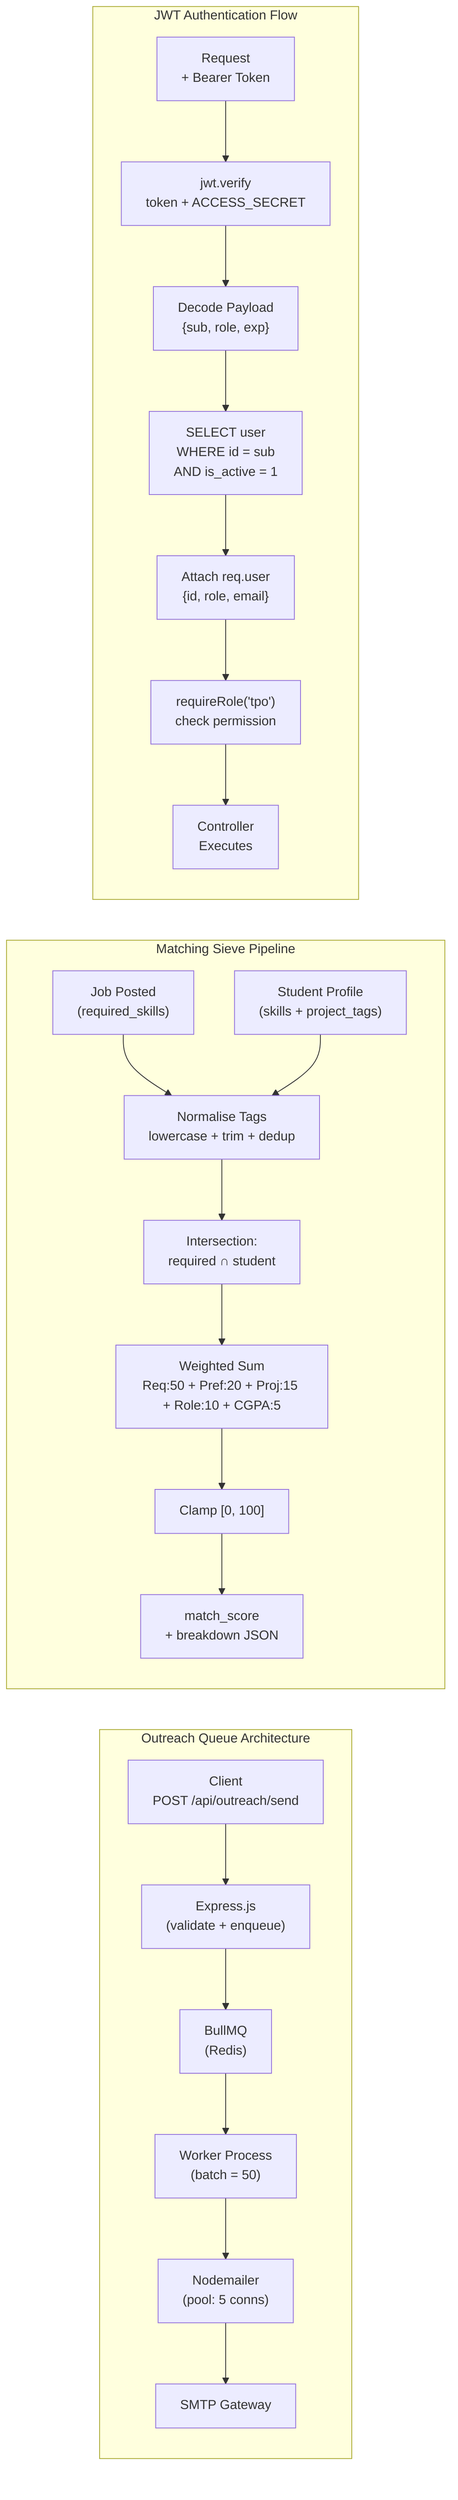
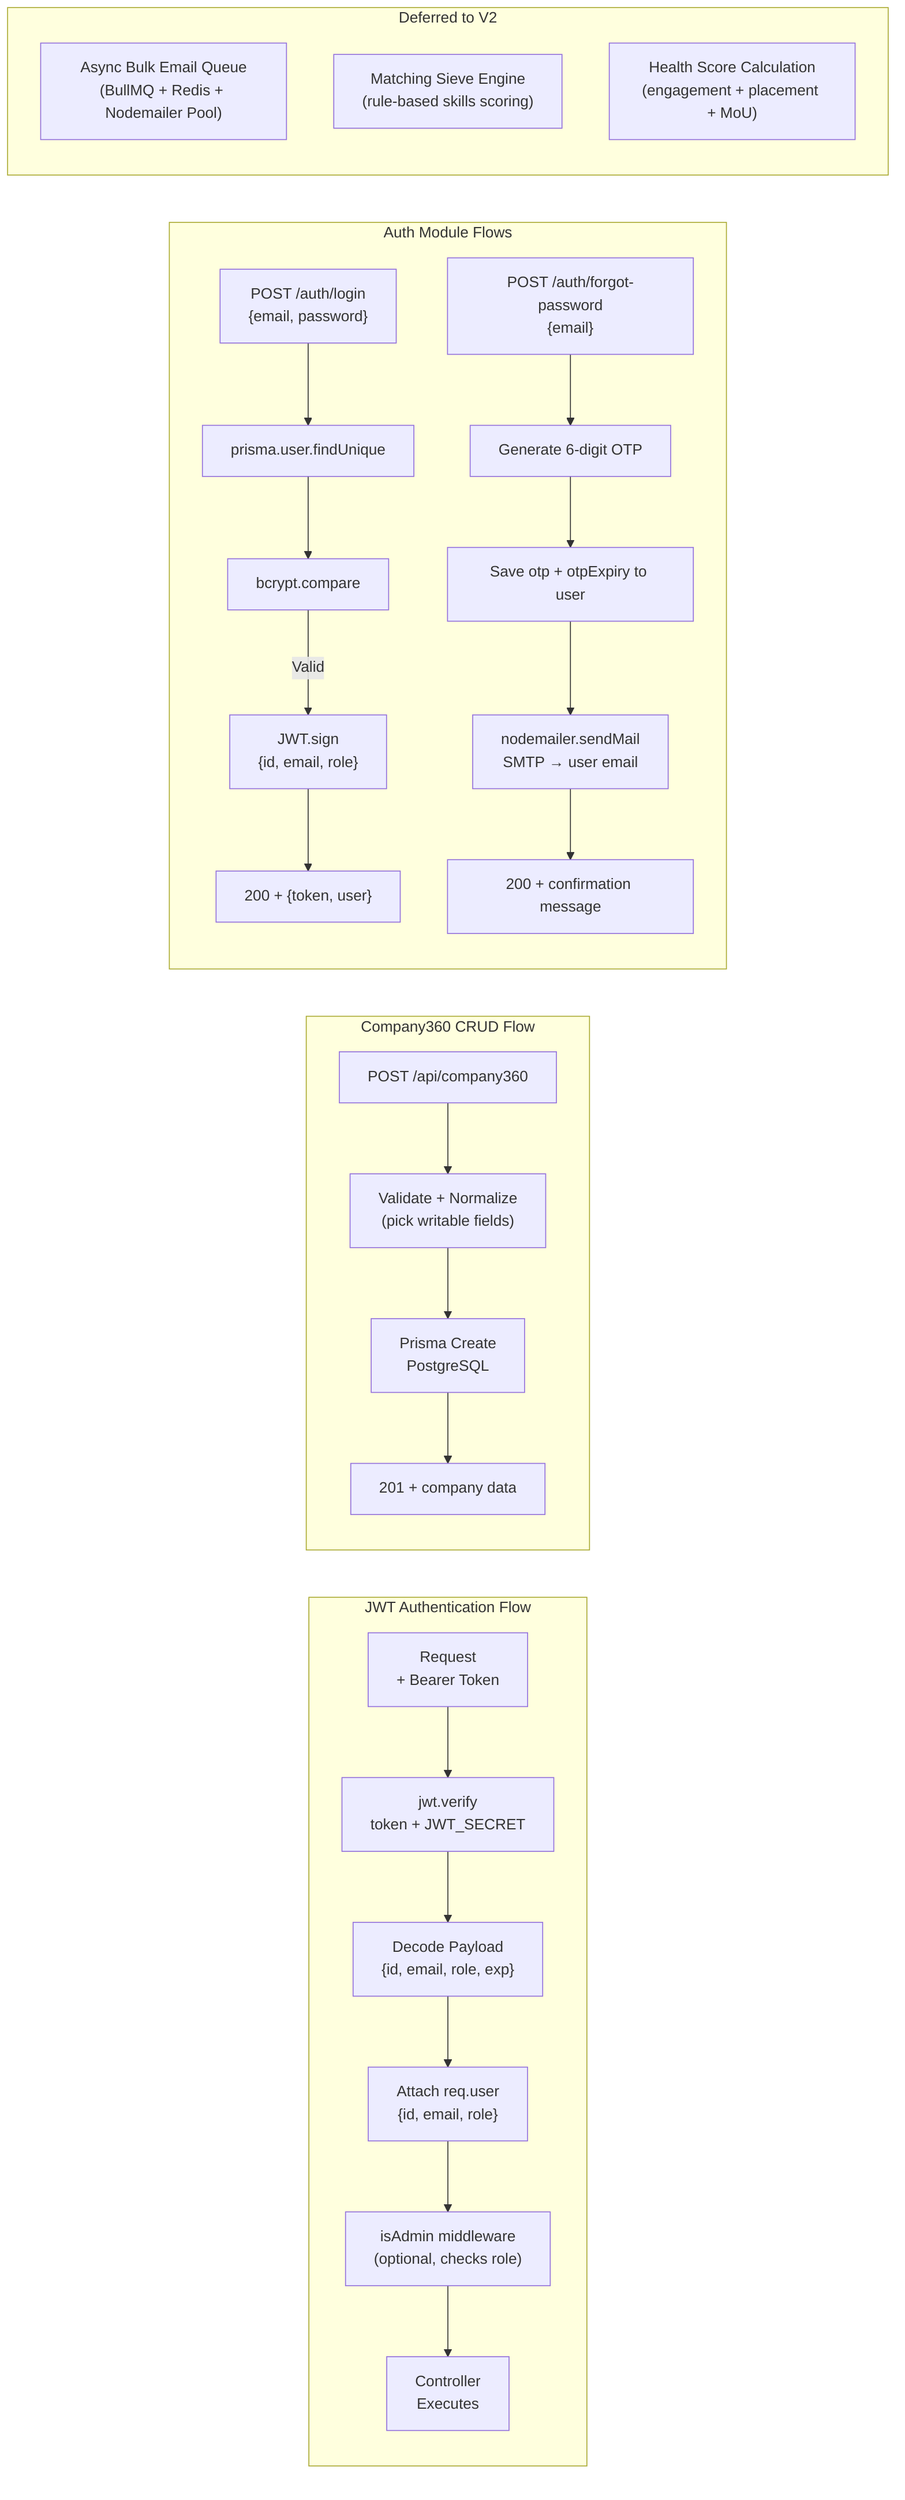
flowchart LR

-     subgraph OUTREACH_FLOW["Outreach Queue Architecture"]
-         CLIENT["Client\nPOST /api/outreach/send"] --> EXPRESS["Express.js\n(validate + enqueue)"]
-         EXPRESS --> BULLMQ["BullMQ\n(Redis)"]
-         BULLMQ --> WORKER["Worker Process\n(batch = 50)"]
-         WORKER --> NODEMAILER["Nodemailer\n(pool: 5 conns)"]
-         NODEMAILER --> SMTP["SMTP Gateway"]
+     subgraph AUTH_FLOW["JWT Authentication Flow"]
+         REQ["Request\n+ Bearer Token"] --> VERIFY["jwt.verify\ntoken + JWT_SECRET"]
+         VERIFY --> DECODE["Decode Payload\n{id, email, role, exp}"]
+         DECODE --> ATTACH["Attach req.user\n{id, email, role}"]
+         ATTACH --> ROLE_GATE["isAdmin middleware\n(optional, checks role)"]
+         ROLE_GATE --> CONTROLLER["Controller\nExecutes"]
    end

-     subgraph MATCH_FLOW["Matching Sieve Pipeline"]
-         JOB["Job Posted\n(required_skills)"] --> NORMALISE["Normalise Tags\nlowercase + trim + dedup"]
-         STUDENT["Student Profile\n(skills + project_tags)"] --> NORMALISE
-         NORMALISE --> INTERSECT["Intersection:\nrequired ∩ student"]
-         INTERSECT --> WEIGHTED["Weighted Sum\nReq:50 + Pref:20 + Proj:15 + Role:10 + CGPA:5"]
-         WEIGHTED --> CLAMP["Clamp [0, 100]"]
-         CLAMP --> SCORE_OUT["match_score\n+ breakdown JSON"]
+     subgraph COMPANY_FLOW["Company360 CRUD Flow"]
+         CREATE["POST /api/company360"] --> VALIDATE["Validate + Normalize\n(pick writable fields)"]
+         VALIDATE --> DB_WRITE["Prisma Create\nPostgreSQL"]
+         DB_WRITE --> RESP["201 + company data"]
    end

-     subgraph AUTH_FLOW["JWT Authentication Flow"]
-         REQ["Request\n+ Bearer Token"] --> VERIFY["jwt.verify\ntoken + ACCESS_SECRET"]
-         VERIFY --> DECODE["Decode Payload\n{sub, role, exp}"]
-         DECODE --> DB_LOOKUP["SELECT user\nWHERE id = sub\nAND is_active = 1"]
-         DB_LOOKUP --> ATTACH["Attach req.user\n{id, role, email}"]
-         ATTACH --> ROLE_GATE["requireRole('tpo')\ncheck permission"]
-         ROLE_GATE --> CONTROLLER["Controller\nExecutes"]
+     subgraph AUTH_MODULE["Auth Module Flows"]
+         LOGIN["POST /auth/login\n{email, password}"] --> FIND["prisma.user.findUnique"]
+         FIND --> BCRYPT["bcrypt.compare"]
+         BCRYPT -->|Valid| TOKEN["JWT.sign\n{id, email, role}"]
+         TOKEN --> LOGIN_RESP["200 + {token, user}"]
+ 
+         FORGOT["POST /auth/forgot-password\n{email}"] --> OTP["Generate 6-digit OTP"]
+         OTP --> STORE["Save otp + otpExpiry to user"]
+         STORE --> SEND["nodemailer.sendMail\nSMTP → user email"]
+         SEND --> FORGOT_RESP["200 + confirmation message"]
    end
+ 
+     subgraph DEFERRED["Deferred to V2"]
+         BULK["Async Bulk Email Queue\n(BullMQ + Redis + Nodemailer Pool)"]
+         MATCH["Matching Sieve Engine\n(rule-based skills scoring)"]
+         HEALTH["Health Score Calculation\n(engagement + placement + MoU)"]
+     end
